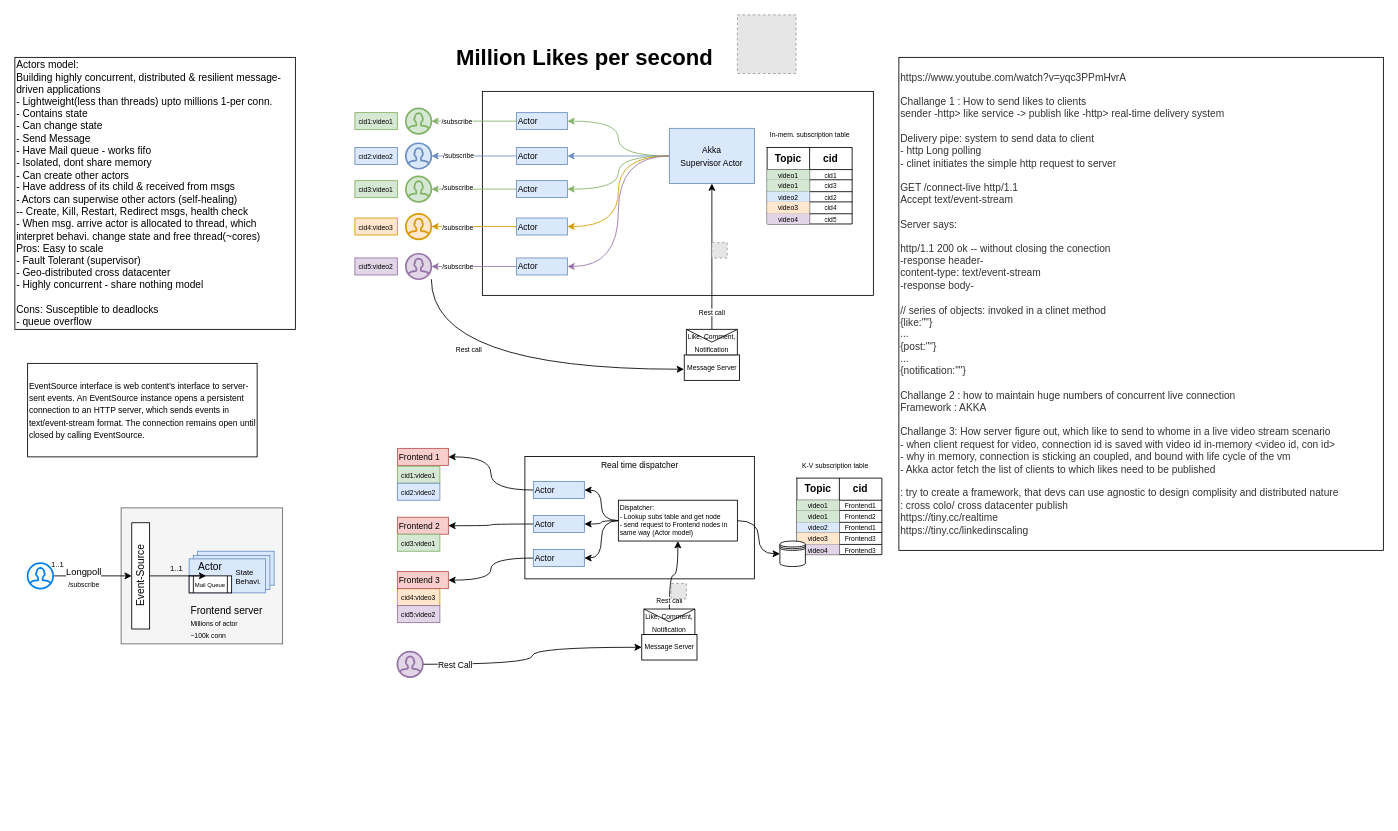
Before: page "Like Stream" (3 of 3) of Services.drawio in hemant9899/ReactLearn, a draw.io diagram. Source tidied: cells renumbered, new cells numbered last; positions are measured from the earlier drawing's top-left corner, leaving out a move shared by most shapes. Both pictures are drawn from the tidied source at 85%, with x=0, y=0 at pixel (14, 14). Pictures stored in the file or linked from it are replaced by grey dashed boxes.
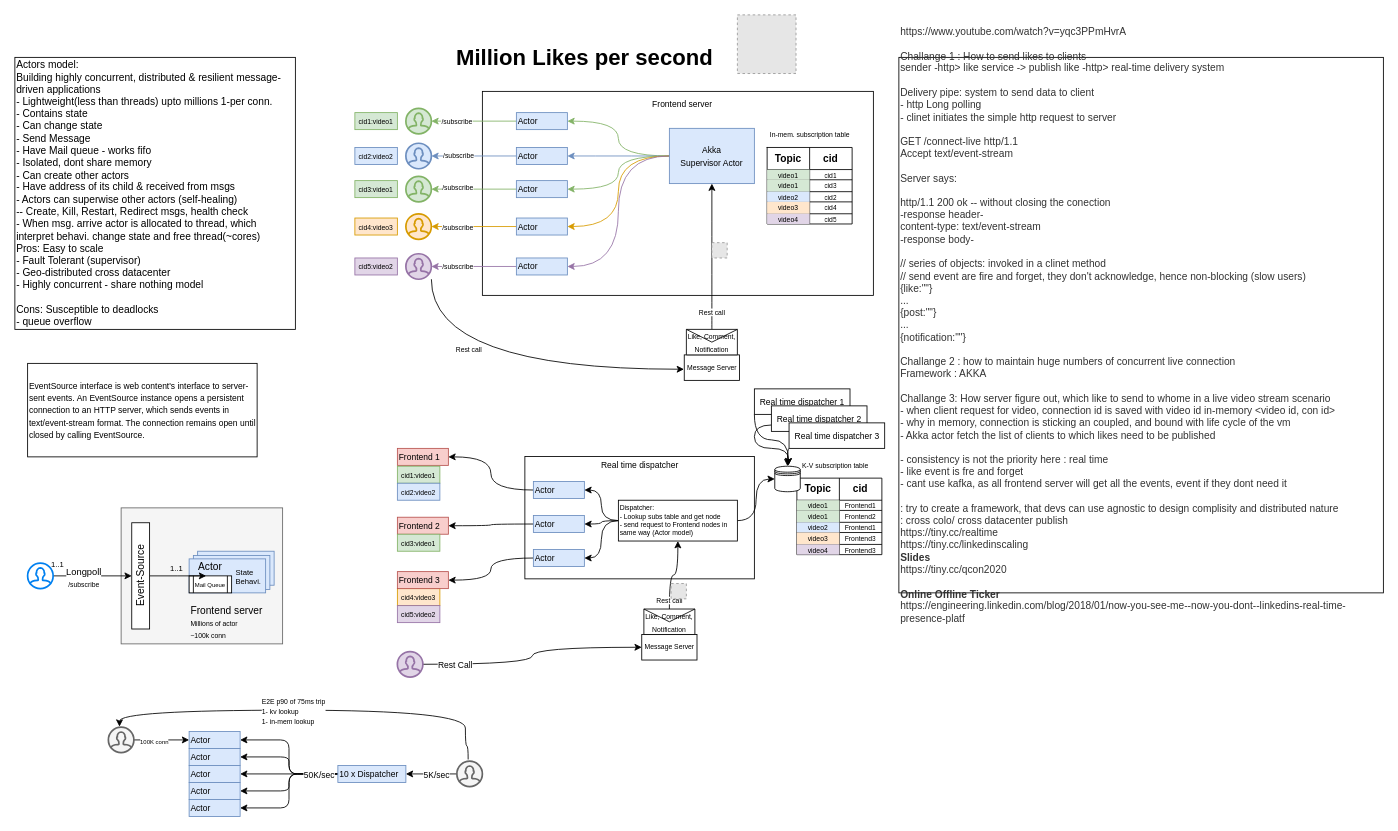
After the change.

The edit, as a diff of the source:
```diff
@@
     <mxCell id="112" style="shape=datastore;whiteSpace=wrap;html=1;rounded=0;fontSize=10;" parent="1" vertex="1">
-      <mxGeometry x="900" y="619" width="30" height="30" as="geometry" />
+      <mxGeometry x="894" y="531" width="30" height="30" as="geometry" />
     </mxCell>
@@
-    <mxCell id="134" value="&lt;div style=&quot;color: rgb(51 , 51 , 51) ; font-size: 12px&quot;&gt;https://www.youtube.com/watch?v=yqc3PPmHvrA&lt;/div&gt;&lt;div style=&quot;color: rgb(51 , 51 , 51) ; font-size: 12px&quot;&gt;&lt;br&gt;&lt;/div&gt;&lt;div style=&quot;color: rgb(51 , 51 , 51) ; font-size: 12px&quot;&gt;Challange 1 : How to send likes to clients&lt;/div&gt;&lt;div style=&quot;color: rgb(51 , 51 , 51) ; font-size: 12px&quot;&gt;sender -http&amp;gt; like service -&amp;gt; publish like -http&amp;gt; real-time delivery system&lt;/div&gt;&lt;div style=&quot;color: rgb(51 , 51 , 51) ; font-size: 12px&quot;&gt;&lt;br&gt;&lt;/div&gt;&lt;div style=&quot;color: rgb(51 , 51 , 51) ; font-size: 12px&quot;&gt;Delivery pipe: system to send data to client&lt;/div&gt;&lt;div style=&quot;color: rgb(51 , 51 , 51) ; font-size: 12px&quot;&gt;- http Long polling&lt;/div&gt;&lt;div style=&quot;color: rgb(51 , 51 , 51) ; font-size: 12px&quot;&gt;- clinet initiates the simple http request to server&lt;/div&gt;&lt;div style=&quot;color: rgb(51 , 51 , 51) ; font-size: 12px&quot;&gt;&lt;br&gt;&lt;/div&gt;&lt;div style=&quot;color: rgb(51 , 51 , 51) ; font-size: 12px&quot;&gt;GET /connect-live http/1.1&lt;/div&gt;&lt;div style=&quot;color: rgb(51 , 51 , 51) ; font-size: 12px&quot;&gt;Accept text/event-stream&lt;/div&gt;&lt;div style=&quot;color: rgb(51 , 51 , 51) ; font-size: 12px&quot;&gt;&lt;br&gt;&lt;/div&gt;&lt;div style=&quot;color: rgb(51 , 51 , 51) ; font-size: 12px&quot;&gt;Server says:&amp;nbsp;&lt;/div&gt;&lt;div style=&quot;color: rgb(51 , 51 , 51) ; font-size: 12px&quot;&gt;&lt;br&gt;&lt;/div&gt;&lt;div style=&quot;color: rgb(51 , 51 , 51) ; font-size: 12px&quot;&gt;http/1.1 200 ok -- without closing the conection&lt;/div&gt;&lt;div style=&quot;color: rgb(51 , 51 , 51) ; font-size: 12px&quot;&gt;-response header-&lt;/div&gt;&lt;div style=&quot;color: rgb(51 , 51 , 51) ; font-size: 12px&quot;&gt;content-type: text/event-stream&lt;/div&gt;&lt;div style=&quot;color: rgb(51 , 51 , 51) ; font-size: 12px&quot;&gt;-response body-&lt;/div&gt;&lt;div style=&quot;color: rgb(51 , 51 , 51) ; font-size: 12px&quot;&gt;&lt;br&gt;&lt;/div&gt;&lt;div style=&quot;color: rgb(51 , 51 , 51) ; font-size: 12px&quot;&gt;// series of objects: invoked in a clinet method&lt;/div&gt;&lt;div style=&quot;color: rgb(51 , 51 , 51) ; font-size: 12px&quot;&gt;{like:&quot;&quot;}&lt;/div&gt;&lt;div style=&quot;color: rgb(51 , 51 , 51) ; font-size: 12px&quot;&gt;...&lt;/div&gt;&lt;div style=&quot;color: rgb(51 , 51 , 51) ; font-size: 12px&quot;&gt;{post:&quot;&quot;}&lt;/div&gt;&lt;div style=&quot;color: rgb(51 , 51 , 51) ; font-size: 12px&quot;&gt;...&lt;/div&gt;&lt;div style=&quot;color: rgb(51 , 51 , 51) ; font-size: 12px&quot;&gt;{notification:&quot;&quot;}&lt;/div&gt;&lt;div style=&quot;color: rgb(51 , 51 , 51) ; font-size: 12px&quot;&gt;&lt;br&gt;&lt;/div&gt;&lt;div style=&quot;color: rgb(51 , 51 , 51) ; font-size: 12px&quot;&gt;Challange 2 : how to maintain huge numbers of concurrent live connection&lt;/div&gt;&lt;div style=&quot;color: rgb(51 , 51 , 51) ; font-size: 12px&quot;&gt;Framework : AKKA&amp;nbsp;&lt;/div&gt;&lt;div style=&quot;color: rgb(51 , 51 , 51) ; font-size: 12px&quot;&gt;&lt;br&gt;&lt;/div&gt;&lt;div style=&quot;color: rgb(51 , 51 , 51) ; font-size: 12px&quot;&gt;Challange 3: How server figure out, which like to send to whome in a live video stream scenario&lt;/div&gt;&lt;div style=&quot;color: rgb(51 , 51 , 51) ; font-size: 12px&quot;&gt;- when client request for video, connection id is saved with video id in-memory &amp;lt;video id, con id&amp;gt;&lt;/div&gt;&lt;div style=&quot;color: rgb(51 , 51 , 51) ; font-size: 12px&quot;&gt;- why in memory, connection is sticking an coupled, and bound with life cycle of the vm&lt;/div&gt;&lt;div style=&quot;color: rgb(51 , 51 , 51) ; font-size: 12px&quot;&gt;- Akka actor fetch the list of clients to which likes need to be published&lt;/div&gt;&lt;div style=&quot;color: rgb(51 , 51 , 51) ; font-size: 12px&quot;&gt;&lt;br&gt;&lt;/div&gt;&lt;div style=&quot;color: rgb(51 , 51 , 51) ; font-size: 12px&quot;&gt;: try to create a framework, that devs can use agnostic to design complisity and distributed nature&lt;/div&gt;&lt;div style=&quot;color: rgb(51 , 51 , 51) ; font-size: 12px&quot;&gt;: cross colo/ cross datacenter publish&amp;nbsp;&lt;/div&gt;&lt;div style=&quot;color: rgb(51 , 51 , 51) ; font-size: 12px&quot;&gt;https://tiny.cc/realtime&lt;/div&gt;&lt;div style=&quot;color: rgb(51 , 51 , 51) ; font-size: 12px&quot;&gt;https://tiny.cc/linkedinscaling&lt;/div&gt;" style="rounded=0;whiteSpace=wrap;html=1;fontSize=10;align=left;" parent="1" vertex="1">
-      <mxGeometry x="1040" y="50" width="570" height="580" as="geometry" />
+    <mxCell id="134" value="&lt;div style=&quot;color: rgb(51 , 51 , 51) ; font-size: 12px&quot;&gt;https://www.youtube.com/watch?v=yqc3PPmHvrA&lt;/div&gt;&lt;div style=&quot;color: rgb(51 , 51 , 51) ; font-size: 12px&quot;&gt;&lt;br&gt;&lt;/div&gt;&lt;div style=&quot;color: rgb(51 , 51 , 51) ; font-size: 12px&quot;&gt;Challange 1 : How to send likes to clients&lt;/div&gt;&lt;div style=&quot;color: rgb(51 , 51 , 51) ; font-size: 12px&quot;&gt;sender -http&amp;gt; like service -&amp;gt; publish like -http&amp;gt; real-time delivery system&lt;/div&gt;&lt;div style=&quot;color: rgb(51 , 51 , 51) ; font-size: 12px&quot;&gt;&lt;br&gt;&lt;/div&gt;&lt;div style=&quot;color: rgb(51 , 51 , 51) ; font-size: 12px&quot;&gt;Delivery pipe: system to send data to client&lt;/div&gt;&lt;div style=&quot;color: rgb(51 , 51 , 51) ; font-size: 12px&quot;&gt;- http Long polling&lt;/div&gt;&lt;div style=&quot;color: rgb(51 , 51 , 51) ; font-size: 12px&quot;&gt;- clinet initiates the simple http request to server&lt;/div&gt;&lt;div style=&quot;color: rgb(51 , 51 , 51) ; font-size: 12px&quot;&gt;&lt;br&gt;&lt;/div&gt;&lt;div style=&quot;color: rgb(51 , 51 , 51) ; font-size: 12px&quot;&gt;GET /connect-live http/1.1&lt;/div&gt;&lt;div style=&quot;color: rgb(51 , 51 , 51) ; font-size: 12px&quot;&gt;Accept text/event-stream&lt;/div&gt;&lt;div style=&quot;color: rgb(51 , 51 , 51) ; font-size: 12px&quot;&gt;&lt;br&gt;&lt;/div&gt;&lt;div style=&quot;color: rgb(51 , 51 , 51) ; font-size: 12px&quot;&gt;Server says:&amp;nbsp;&lt;/div&gt;&lt;div style=&quot;color: rgb(51 , 51 , 51) ; font-size: 12px&quot;&gt;&lt;br&gt;&lt;/div&gt;&lt;div style=&quot;color: rgb(51 , 51 , 51) ; font-size: 12px&quot;&gt;http/1.1 200 ok -- without closing the conection&lt;/div&gt;&lt;div style=&quot;color: rgb(51 , 51 , 51) ; font-size: 12px&quot;&gt;-response header-&lt;/div&gt;&lt;div style=&quot;color: rgb(51 , 51 , 51) ; font-size: 12px&quot;&gt;content-type: text/event-stream&lt;/div&gt;&lt;div style=&quot;color: rgb(51 , 51 , 51) ; font-size: 12px&quot;&gt;-response body-&lt;/div&gt;&lt;div style=&quot;color: rgb(51 , 51 , 51) ; font-size: 12px&quot;&gt;&lt;br&gt;&lt;/div&gt;&lt;div style=&quot;color: rgb(51 , 51 , 51) ; font-size: 12px&quot;&gt;// series of objects: invoked in a clinet method&lt;/div&gt;&lt;div style=&quot;color: rgb(51 , 51 , 51) ; font-size: 12px&quot;&gt;// send event are fire and forget, they don't acknowledge, hence non-blocking (slow users)&lt;/div&gt;&lt;div style=&quot;color: rgb(51 , 51 , 51) ; font-size: 12px&quot;&gt;{like:&quot;&quot;}&lt;/div&gt;&lt;div style=&quot;color: rgb(51 , 51 , 51) ; font-size: 12px&quot;&gt;...&lt;/div&gt;&lt;div style=&quot;color: rgb(51 , 51 , 51) ; font-size: 12px&quot;&gt;{post:&quot;&quot;}&lt;/div&gt;&lt;div style=&quot;color: rgb(51 , 51 , 51) ; font-size: 12px&quot;&gt;...&lt;/div&gt;&lt;div style=&quot;color: rgb(51 , 51 , 51) ; font-size: 12px&quot;&gt;{notification:&quot;&quot;}&lt;/div&gt;&lt;div style=&quot;color: rgb(51 , 51 , 51) ; font-size: 12px&quot;&gt;&lt;br&gt;&lt;/div&gt;&lt;div style=&quot;color: rgb(51 , 51 , 51) ; font-size: 12px&quot;&gt;Challange 2 : how to maintain huge numbers of concurrent live connection&lt;/div&gt;&lt;div style=&quot;color: rgb(51 , 51 , 51) ; font-size: 12px&quot;&gt;Framework : AKKA&amp;nbsp;&lt;/div&gt;&lt;div style=&quot;color: rgb(51 , 51 , 51) ; font-size: 12px&quot;&gt;&lt;br&gt;&lt;/div&gt;&lt;div style=&quot;color: rgb(51 , 51 , 51) ; font-size: 12px&quot;&gt;Challange 3: How server figure out, which like to send to whome in a live video stream scenario&lt;/div&gt;&lt;div style=&quot;color: rgb(51 , 51 , 51) ; font-size: 12px&quot;&gt;- when client request for video, connection id is saved with video id in-memory &amp;lt;video id, con id&amp;gt;&lt;/div&gt;&lt;div style=&quot;color: rgb(51 , 51 , 51) ; font-size: 12px&quot;&gt;- why in memory, connection is sticking an coupled, and bound with life cycle of the vm&lt;/div&gt;&lt;div style=&quot;color: rgb(51 , 51 , 51) ; font-size: 12px&quot;&gt;- Akka actor fetch the list of clients to which likes need to be published&lt;/div&gt;&lt;div style=&quot;color: rgb(51 , 51 , 51) ; font-size: 12px&quot;&gt;&lt;br&gt;&lt;/div&gt;&lt;div style=&quot;color: rgb(51 , 51 , 51) ; font-size: 12px&quot;&gt;- consistency is not the priority here : real time&lt;/div&gt;&lt;div style=&quot;color: rgb(51 , 51 , 51) ; font-size: 12px&quot;&gt;- like event is fre and forget&lt;/div&gt;&lt;div style=&quot;color: rgb(51 , 51 , 51) ; font-size: 12px&quot;&gt;- cant use kafka, as all frontend server will get all the events, event if they dont need it&lt;/div&gt;&lt;div style=&quot;color: rgb(51 , 51 , 51) ; font-size: 12px&quot;&gt;&lt;br&gt;&lt;/div&gt;&lt;div style=&quot;color: rgb(51 , 51 , 51) ; font-size: 12px&quot;&gt;: try to create a framework, that devs can use agnostic to design complisity and distributed nature&lt;/div&gt;&lt;div style=&quot;color: rgb(51 , 51 , 51) ; font-size: 12px&quot;&gt;: cross colo/ cross datacenter publish&amp;nbsp;&lt;/div&gt;&lt;div style=&quot;color: rgb(51 , 51 , 51) ; font-size: 12px&quot;&gt;https://tiny.cc/realtime&lt;/div&gt;&lt;div style=&quot;color: rgb(51 , 51 , 51) ; font-size: 12px&quot;&gt;https://tiny.cc/linkedinscaling&lt;/div&gt;&lt;div style=&quot;color: rgb(51 , 51 , 51) ; font-size: 12px&quot;&gt;&lt;b&gt;Slides&lt;/b&gt;&lt;/div&gt;&lt;div style=&quot;color: rgb(51 , 51 , 51) ; font-size: 12px&quot;&gt;https://tiny.cc/qcon2020&lt;br&gt;&lt;/div&gt;&lt;div style=&quot;color: rgb(51 , 51 , 51) ; font-size: 12px&quot;&gt;&lt;br&gt;&lt;/div&gt;&lt;div style=&quot;color: rgb(51 , 51 , 51) ; font-size: 12px&quot;&gt;&lt;b&gt;Online Offline Ticker&lt;/b&gt;&lt;/div&gt;&lt;div&gt;&lt;font color=&quot;#333333&quot;&gt;&lt;span style=&quot;font-size: 12px&quot;&gt;https://engineering.linkedin.com/blog/2018/01/now-you-see-me--now-you-dont--linkedins-real-time-presence-platf&lt;/span&gt;&lt;/font&gt;&lt;br&gt;&lt;/div&gt;" style="rounded=0;whiteSpace=wrap;html=1;fontSize=10;align=left;" parent="1" vertex="1">
+      <mxGeometry x="1040" y="50" width="570" height="630" as="geometry" />
     </mxCell>
+    <mxCell id="135" style="edgeStyle=orthogonalEdgeStyle;curved=1;jettySize=auto;html=1;exitX=0;exitY=1;exitDx=0;exitDy=0;fontSize=10;" parent="1" edge="1" source="136">
+      <mxGeometry relative="1" as="geometry">
+        <mxPoint x="910" y="530" as="targetPoint" />
+      </mxGeometry>
+    </mxCell>
+    <mxCell id="136" value="&lt;span style=&quot;font-size: 10px&quot;&gt;Real time dispatcher 1&lt;/span&gt;" style="rounded=0;whiteSpace=wrap;html=1;fontSize=8;" parent="1" vertex="1">
+      <mxGeometry x="870" y="440" width="112.5" height="30" as="geometry" />
+    </mxCell>
+    <mxCell id="137" style="edgeStyle=orthogonalEdgeStyle;curved=1;jettySize=auto;html=1;exitX=0;exitY=0.75;exitDx=0;exitDy=0;fontSize=10;" parent="1" edge="1" source="138">
+      <mxGeometry relative="1" as="geometry">
+        <mxPoint x="910" y="530" as="targetPoint" />
+      </mxGeometry>
+    </mxCell>
+    <mxCell id="138" value="&lt;span style=&quot;font-size: 10px&quot;&gt;Real time dispatcher 2&lt;/span&gt;" style="rounded=0;whiteSpace=wrap;html=1;fontSize=8;" parent="1" vertex="1">
+      <mxGeometry x="890" y="460" width="112.5" height="30" as="geometry" />
+    </mxCell>
+    <mxCell id="139" style="edgeStyle=orthogonalEdgeStyle;curved=1;jettySize=auto;html=1;exitX=0;exitY=1;exitDx=0;exitDy=0;entryX=0.5;entryY=0;entryDx=0;entryDy=0;fontSize=10;" parent="1" edge="1" source="140" target="112">
+      <mxGeometry relative="1" as="geometry" />
+    </mxCell>
+    <mxCell id="140" value="&lt;span style=&quot;font-size: 10px&quot;&gt;Real time dispatcher 3&lt;/span&gt;" style="rounded=0;whiteSpace=wrap;html=1;fontSize=8;" parent="1" vertex="1">
+      <mxGeometry x="910.8" y="480" width="112.5" height="30" as="geometry" />
+    </mxCell>
+    <mxCell id="141" value="Frontend server" style="text;html=1;align=center;verticalAlign=middle;fontSize=10;" parent="1" vertex="1">
+      <mxGeometry x="740" y="95" width="90" height="20" as="geometry" />
+    </mxCell>
+    <mxCell id="142" value="&lt;font size=&quot;1&quot;&gt;Actor&lt;/font&gt;" style="rounded=0;whiteSpace=wrap;html=1;align=left;fillColor=#dae8fc;strokeColor=#6c8ebf;spacing=2;" parent="1" vertex="1">
+      <mxGeometry x="205" y="843" width="60" height="20" as="geometry" />
+    </mxCell>
+    <mxCell id="143" value="&lt;font size=&quot;1&quot;&gt;Actor&lt;/font&gt;" style="rounded=0;whiteSpace=wrap;html=1;align=left;fillColor=#dae8fc;strokeColor=#6c8ebf;spacing=2;" parent="1" vertex="1">
+      <mxGeometry x="205" y="863" width="60" height="20" as="geometry" />
+    </mxCell>
+    <mxCell id="144" value="&lt;font size=&quot;1&quot;&gt;Actor&lt;/font&gt;" style="rounded=0;whiteSpace=wrap;html=1;align=left;fillColor=#dae8fc;strokeColor=#6c8ebf;spacing=2;" parent="1" vertex="1">
+      <mxGeometry x="205" y="883" width="60" height="20" as="geometry" />
+    </mxCell>
+    <mxCell id="145" value="&lt;font size=&quot;1&quot;&gt;Actor&lt;/font&gt;" style="rounded=0;whiteSpace=wrap;html=1;align=left;fillColor=#dae8fc;strokeColor=#6c8ebf;spacing=2;" parent="1" vertex="1">
+      <mxGeometry x="205" y="903" width="60" height="20" as="geometry" />
+    </mxCell>
+    <mxCell id="146" value="&lt;font size=&quot;1&quot;&gt;Actor&lt;/font&gt;" style="rounded=0;whiteSpace=wrap;html=1;align=left;fillColor=#dae8fc;strokeColor=#6c8ebf;spacing=2;" parent="1" vertex="1">
+      <mxGeometry x="205" y="923" width="60" height="20" as="geometry" />
+    </mxCell>
+    <mxCell id="147" style="edgeStyle=orthogonalEdgeStyle;jettySize=auto;html=1;entryX=1;entryY=0.5;entryDx=0;entryDy=0;fontSize=10;rounded=1;" parent="1" edge="1" source="153" target="142">
+      <mxGeometry relative="1" as="geometry" />
+    </mxCell>
+    <mxCell id="148" style="edgeStyle=orthogonalEdgeStyle;rounded=1;jettySize=auto;html=1;entryX=1;entryY=0.5;entryDx=0;entryDy=0;fontSize=10;" parent="1" edge="1" source="153" target="143">
+      <mxGeometry relative="1" as="geometry" />
+    </mxCell>
+    <mxCell id="149" style="edgeStyle=orthogonalEdgeStyle;rounded=1;jettySize=auto;html=1;entryX=1;entryY=0.5;entryDx=0;entryDy=0;fontSize=10;" parent="1" edge="1" source="153" target="144">
+      <mxGeometry relative="1" as="geometry" />
+    </mxCell>
+    <mxCell id="150" style="edgeStyle=orthogonalEdgeStyle;rounded=1;jettySize=auto;html=1;entryX=1;entryY=0.5;entryDx=0;entryDy=0;fontSize=10;" parent="1" edge="1" source="153" target="145">
+      <mxGeometry relative="1" as="geometry" />
+    </mxCell>
+    <mxCell id="151" style="edgeStyle=orthogonalEdgeStyle;rounded=1;jettySize=auto;html=1;entryX=1;entryY=0.5;entryDx=0;entryDy=0;fontSize=10;" parent="1" edge="1" source="153" target="146">
+      <mxGeometry relative="1" as="geometry" />
+    </mxCell>
+    <mxCell id="152" value="50K/sec" style="edgeLabel;html=1;align=center;verticalAlign=middle;fontSize=10;" parent="151" vertex="1">
+      <mxGeometry x="-0.55" y="-1" relative="1" as="geometry">
+        <mxPoint x="12.8" y="1" as="offset" />
+      </mxGeometry>
+    </mxCell>
+    <mxCell id="153" value="&lt;font size=&quot;1&quot;&gt;10 x Dispatcher&lt;/font&gt;" style="rounded=0;whiteSpace=wrap;html=1;align=left;fillColor=#dae8fc;strokeColor=#6c8ebf;spacing=2;" parent="1" vertex="1">
+      <mxGeometry x="380" y="883" width="80" height="20" as="geometry" />
+    </mxCell>
+    <mxCell id="154" style="edgeStyle=orthogonalEdgeStyle;rounded=1;jettySize=auto;html=1;entryX=1;entryY=0.5;entryDx=0;entryDy=0;fontSize=10;" parent="1" edge="1" source="158" target="153">
+      <mxGeometry relative="1" as="geometry" />
+    </mxCell>
+    <mxCell id="155" value="5K/sec" style="edgeLabel;html=1;align=center;verticalAlign=middle;fontSize=10;" parent="154" vertex="1">
+      <mxGeometry x="0.3" y="1" relative="1" as="geometry">
+        <mxPoint x="14.2" y="-1" as="offset" />
+      </mxGeometry>
+    </mxCell>
+    <mxCell id="156" style="edgeStyle=orthogonalEdgeStyle;jettySize=auto;html=1;fontSize=10;curved=1;entryX=0.436;entryY=-0.021;entryDx=0;entryDy=0;entryPerimeter=0;exitX=0.443;exitY=-0.066;exitDx=0;exitDy=0;exitPerimeter=0;" parent="1" edge="1" source="158" target="161">
+      <mxGeometry relative="1" as="geometry">
+        <Array as="points">
+          <mxPoint x="533" y="860" />
+          <mxPoint x="530" y="860" />
+          <mxPoint x="530" y="818" />
+          <mxPoint x="123" y="818" />
+        </Array>
+      </mxGeometry>
+    </mxCell>
+    <mxCell id="157" value="&lt;font style=&quot;font-size: 8px ; line-height: 80%&quot;&gt;&lt;font style=&quot;font-size: 8px&quot;&gt;E2E p90 of 75ms trip&lt;br&gt;&lt;/font&gt;1- kv lookup&lt;br&gt;1- in-mem lookup&lt;/font&gt;" style="edgeLabel;html=1;align=left;verticalAlign=middle;fontSize=10;" parent="156" vertex="1">
+      <mxGeometry x="0.24" relative="1" as="geometry" />
+    </mxCell>
+    <mxCell id="158" style="html=1;verticalLabelPosition=bottom;align=center;labelBackgroundColor=#ffffff;verticalAlign=top;strokeWidth=2;strokeColor=#666666;shadow=0;dashed=0;shape=mxgraph.ios7.icons.user;spacing=2;fillColor=#f5f5f5;fontColor=#333333;" parent="1" vertex="1">
+      <mxGeometry x="520" y="878" width="30" height="30" as="geometry" />
+    </mxCell>
+    <mxCell id="159" style="edgeStyle=orthogonalEdgeStyle;rounded=1;jettySize=auto;html=1;entryX=0;entryY=0.5;entryDx=0;entryDy=0;fontSize=10;" parent="1" edge="1" source="161" target="142">
+      <mxGeometry relative="1" as="geometry" />
+    </mxCell>
+    <mxCell id="160" value="&lt;font style=&quot;font-size: 7px&quot;&gt;100K conn&lt;/font&gt;" style="edgeLabel;html=1;align=center;verticalAlign=middle;fontSize=10;" parent="159" vertex="1">
+      <mxGeometry x="-0.31" y="1" relative="1" as="geometry">
+        <mxPoint x="1.2" y="1" as="offset" />
+      </mxGeometry>
+    </mxCell>
+    <mxCell id="161" style="html=1;verticalLabelPosition=bottom;align=center;labelBackgroundColor=#ffffff;verticalAlign=top;strokeWidth=2;strokeColor=#666666;shadow=0;dashed=0;shape=mxgraph.ios7.icons.user;spacing=2;fillColor=#f5f5f5;fontColor=#333333;" parent="1" vertex="1">
+      <mxGeometry x="110" y="838" width="30" height="30" as="geometry" />
+    </mxCell>
```
